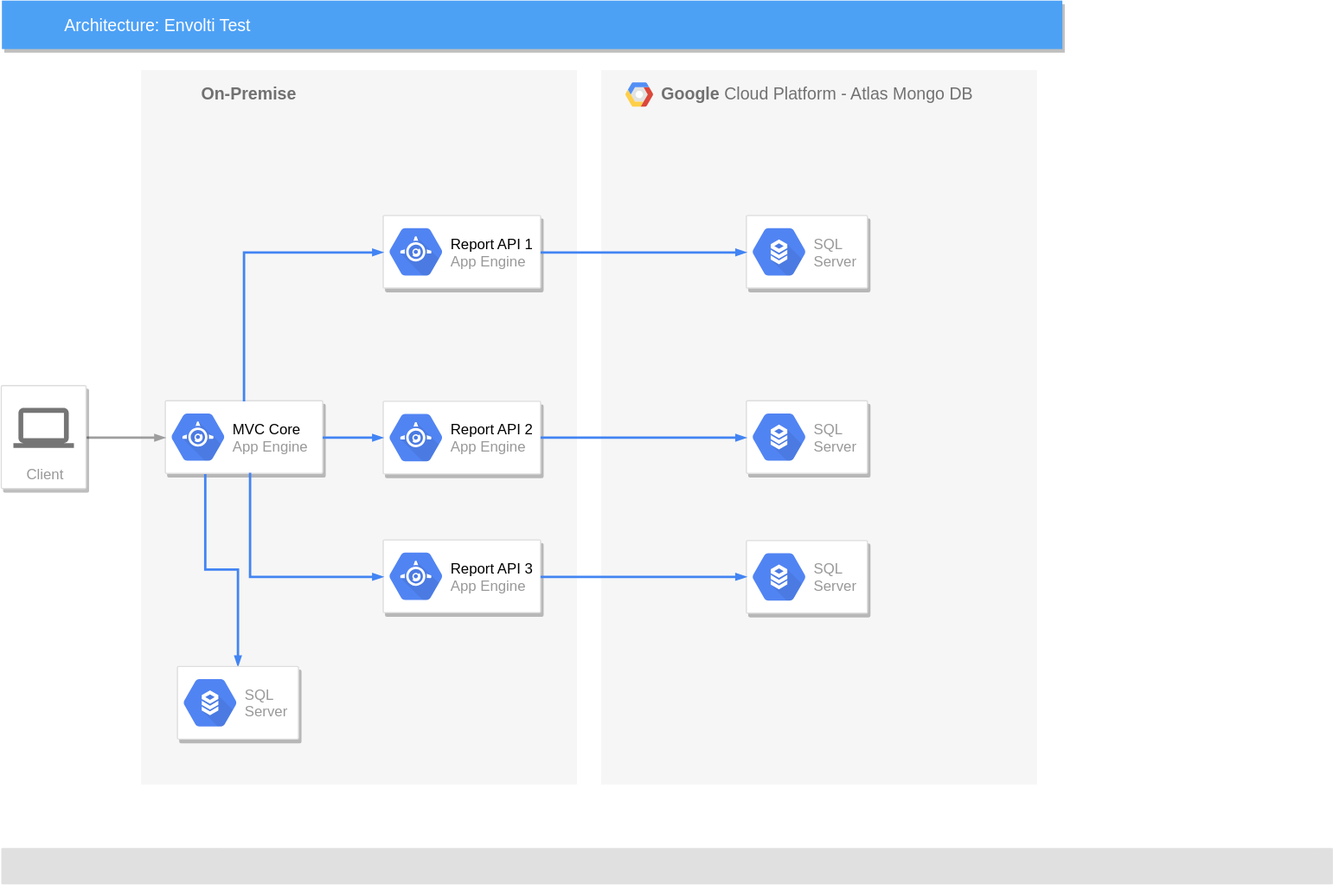
Above: ClientReport/Arquitetura - DrawIO.svg in dubotelho85/ClientReportCore (draw.io), before the change. Source tidied: cells renumbered, new cells last; positions are measured from the earlier drawing's top-left corner, leaving out a move shared by most shapes. Its diagram source:
```xml
<mxGraphModel background="#ffffff">
  <root>
    <mxCell id="0" />
    <mxCell id="1" parent="0" />
    <mxCell id="2" value="&lt;b&gt;Google &lt;/b&gt;Cloud Platform - Atlas Mongo DB" style="fillColor=#F6F6F6;strokeColor=none;shadow=0;gradientColor=none;fontSize=14;align=left;spacing=10;fontColor=#717171;9E9E9E;verticalAlign=top;spacingTop=-4;fontStyle=0;spacingLeft=40;html=1;" parent="1" vertex="1">
      <mxGeometry x="496" y="57.5" width="360" height="590" as="geometry" />
    </mxCell>
    <mxCell id="3" style="shape=mxgraph.gcp2.google_cloud_platform;fillColor=#F6F6F6;strokeColor=none;shadow=0;gradientColor=none;" parent="2" vertex="1">
      <mxGeometry width="23" height="20" relative="1" as="geometry">
        <mxPoint x="20" y="10" as="offset" />
      </mxGeometry>
    </mxCell>
    <mxCell id="4" style="strokeColor=#dddddd;fillColor=#ffffff;shadow=1;strokeWidth=1;rounded=1;absoluteArcSize=1;arcSize=2;" parent="2" vertex="1">
      <mxGeometry x="120" y="273" width="100" height="60" as="geometry" />
    </mxCell>
    <mxCell id="5" value="SQL&lt;br&gt;Server" style="dashed=0;html=1;fillColor=#5184F3;strokeColor=none;shape=mxgraph.gcp2.cloud_sql;labelPosition=right;verticalLabelPosition=middle;align=left;verticalAlign=middle;spacingLeft=5;fontColor=#999999;fontSize=12;" parent="4" vertex="1">
      <mxGeometry y="0.5" width="44" height="39" relative="1" as="geometry">
        <mxPoint x="5" y="-19.5" as="offset" />
      </mxGeometry>
    </mxCell>
    <mxCell id="6" style="strokeColor=#dddddd;fillColor=#ffffff;shadow=1;strokeWidth=1;rounded=1;absoluteArcSize=1;arcSize=2;" parent="2" vertex="1">
      <mxGeometry x="120" y="388.5" width="100" height="60" as="geometry" />
    </mxCell>
    <mxCell id="7" value="SQL&lt;br&gt;Server" style="dashed=0;html=1;fillColor=#5184F3;strokeColor=none;shape=mxgraph.gcp2.cloud_sql;labelPosition=right;verticalLabelPosition=middle;align=left;verticalAlign=middle;spacingLeft=5;fontColor=#999999;fontSize=12;" parent="6" vertex="1">
      <mxGeometry y="0.5" width="44" height="39" relative="1" as="geometry">
        <mxPoint x="5" y="-19.5" as="offset" />
      </mxGeometry>
    </mxCell>
    <mxCell id="8" style="strokeColor=#dddddd;fillColor=#ffffff;shadow=1;strokeWidth=1;rounded=1;absoluteArcSize=1;arcSize=2;" parent="2" vertex="1">
      <mxGeometry x="120" y="120" width="100" height="60" as="geometry" />
    </mxCell>
    <mxCell id="9" value="SQL&lt;br&gt;Server" style="dashed=0;html=1;fillColor=#5184F3;strokeColor=none;shape=mxgraph.gcp2.cloud_sql;labelPosition=right;verticalLabelPosition=middle;align=left;verticalAlign=middle;spacingLeft=5;fontColor=#999999;fontSize=12;" parent="8" vertex="1">
      <mxGeometry y="0.5" width="44" height="39" relative="1" as="geometry">
        <mxPoint x="5" y="-19.5" as="offset" />
      </mxGeometry>
    </mxCell>
    <mxCell id="10" value="&lt;b&gt;On-Premise&lt;/b&gt;&lt;br&gt;" style="fillColor=#F6F6F6;strokeColor=none;shadow=0;gradientColor=none;fontSize=14;align=left;spacing=10;fontColor=#717171;9E9E9E;verticalAlign=top;spacingTop=-4;fontStyle=0;spacingLeft=40;html=1;" parent="1" vertex="1">
      <mxGeometry x="116" y="57.5" width="360" height="590" as="geometry" />
    </mxCell>
    <mxCell id="11" style="strokeColor=#dddddd;fillColor=#ffffff;shadow=1;strokeWidth=1;rounded=1;absoluteArcSize=1;arcSize=2;" parent="10" vertex="1">
      <mxGeometry x="20" y="273" width="130" height="60" as="geometry" />
    </mxCell>
    <mxCell id="12" value="&lt;font color=&quot;#000000&quot;&gt;MVC Core&lt;/font&gt;&lt;br&gt;App Engine" style="dashed=0;html=1;fillColor=#5184F3;strokeColor=none;shape=mxgraph.gcp2.app_engine;labelPosition=right;verticalLabelPosition=middle;align=left;verticalAlign=middle;spacingLeft=5;fontColor=#999999;fontSize=12;" parent="11" vertex="1">
      <mxGeometry y="0.5" width="44" height="39" relative="1" as="geometry">
        <mxPoint x="5" y="-19.5" as="offset" />
      </mxGeometry>
    </mxCell>
    <mxCell id="13" style="strokeColor=#dddddd;fillColor=#ffffff;shadow=1;strokeWidth=1;rounded=1;absoluteArcSize=1;arcSize=2;" parent="10" vertex="1">
      <mxGeometry x="200" y="120" width="130" height="60" as="geometry" />
    </mxCell>
    <mxCell id="14" value="&lt;font color=&quot;#000000&quot;&gt;Report API 1&lt;/font&gt;&lt;br&gt;App Engine" style="dashed=0;html=1;fillColor=#5184F3;strokeColor=none;shape=mxgraph.gcp2.app_engine;labelPosition=right;verticalLabelPosition=middle;align=left;verticalAlign=middle;spacingLeft=5;fontColor=#999999;fontSize=12;" parent="13" vertex="1">
      <mxGeometry y="0.5" width="44" height="39" relative="1" as="geometry">
        <mxPoint x="5" y="-19.5" as="offset" />
      </mxGeometry>
    </mxCell>
    <mxCell id="15" style="strokeColor=#dddddd;fillColor=#ffffff;shadow=1;strokeWidth=1;rounded=1;absoluteArcSize=1;arcSize=2;" parent="10" vertex="1">
      <mxGeometry x="200" y="273.5" width="130" height="60" as="geometry" />
    </mxCell>
    <mxCell id="16" value="&lt;font color=&quot;#000000&quot;&gt;Report API 2&lt;/font&gt;&lt;br&gt;App Engine" style="dashed=0;html=1;fillColor=#5184F3;strokeColor=none;shape=mxgraph.gcp2.app_engine;labelPosition=right;verticalLabelPosition=middle;align=left;verticalAlign=middle;spacingLeft=5;fontColor=#999999;fontSize=12;" parent="15" vertex="1">
      <mxGeometry y="0.5" width="44" height="39" relative="1" as="geometry">
        <mxPoint x="5" y="-19.5" as="offset" />
      </mxGeometry>
    </mxCell>
    <mxCell id="17" style="strokeColor=#dddddd;fillColor=#ffffff;shadow=1;strokeWidth=1;rounded=1;absoluteArcSize=1;arcSize=2;" parent="10" vertex="1">
      <mxGeometry x="200" y="388" width="130" height="60" as="geometry" />
    </mxCell>
    <mxCell id="18" value="&lt;font color=&quot;#000000&quot;&gt;Report API 3&lt;/font&gt;&lt;br&gt;App Engine" style="dashed=0;html=1;fillColor=#5184F3;strokeColor=none;shape=mxgraph.gcp2.app_engine;labelPosition=right;verticalLabelPosition=middle;align=left;verticalAlign=middle;spacingLeft=5;fontColor=#999999;fontSize=12;" parent="17" vertex="1">
      <mxGeometry y="0.5" width="44" height="39" relative="1" as="geometry">
        <mxPoint x="5" y="-19.5" as="offset" />
      </mxGeometry>
    </mxCell>
    <mxCell id="19" style="edgeStyle=orthogonalEdgeStyle;rounded=0;html=1;startArrow=none;startFill=0;endArrow=blockThin;endFill=1;jettySize=auto;strokeWidth=2;fontSize=10;fontColor=#999999;dashed=0;strokeColor=#4284F3;labelBackgroundColor=none;endSize=4;startSize=4;exitX=0.25;exitY=1;exitDx=0;exitDy=0;entryX=0.5;entryY=0;entryDx=0;entryDy=0;" parent="10" edge="1" source="11" target="22">
      <mxGeometry relative="1" as="geometry" />
    </mxCell>
    <mxCell id="20" style="edgeStyle=orthogonalEdgeStyle;rounded=0;html=1;startArrow=none;startFill=0;endArrow=blockThin;endFill=1;jettySize=auto;strokeWidth=2;fontSize=10;fontColor=#999999;dashed=0;strokeColor=#4284F3;labelBackgroundColor=none;endSize=4;startSize=4;exitX=1;exitY=0.5;exitDx=0;exitDy=0;entryX=0;entryY=0.5;entryDx=0;entryDy=0;" parent="10" edge="1" source="11" target="15">
      <mxGeometry relative="1" as="geometry" />
    </mxCell>
    <mxCell id="21" style="edgeStyle=orthogonalEdgeStyle;rounded=0;html=1;startArrow=none;startFill=0;endArrow=blockThin;endFill=1;jettySize=auto;strokeWidth=2;fontSize=10;fontColor=#999999;dashed=0;strokeColor=#4284F3;labelBackgroundColor=none;endSize=4;startSize=4;exitX=0.5;exitY=0;exitDx=0;exitDy=0;entryX=0;entryY=0.5;entryDx=0;entryDy=0;" parent="10" edge="1" source="11" target="13">
      <mxGeometry relative="1" as="geometry" />
    </mxCell>
    <mxCell id="22" style="strokeColor=#dddddd;fillColor=#ffffff;shadow=1;strokeWidth=1;rounded=1;absoluteArcSize=1;arcSize=2;" parent="10" vertex="1">
      <mxGeometry x="30" y="492.5" width="100" height="60" as="geometry" />
    </mxCell>
    <mxCell id="23" value="SQL&lt;br&gt;Server" style="dashed=0;html=1;fillColor=#5184F3;strokeColor=none;shape=mxgraph.gcp2.cloud_sql;labelPosition=right;verticalLabelPosition=middle;align=left;verticalAlign=middle;spacingLeft=5;fontColor=#999999;fontSize=12;" parent="22" vertex="1">
      <mxGeometry y="0.5" width="44" height="39" relative="1" as="geometry">
        <mxPoint x="5" y="-19.5" as="offset" />
      </mxGeometry>
    </mxCell>
    <mxCell id="24" style="edgeStyle=orthogonalEdgeStyle;rounded=0;html=1;startArrow=none;startFill=0;endArrow=blockThin;endFill=1;jettySize=auto;strokeWidth=2;fontSize=10;fontColor=#999999;dashed=0;strokeColor=#4284F3;labelBackgroundColor=none;endSize=4;startSize=4;exitX=0.538;exitY=0.992;exitDx=0;exitDy=0;entryX=0;entryY=0.5;entryDx=0;entryDy=0;exitPerimeter=0;" parent="10" edge="1" source="11" target="17">
      <mxGeometry relative="1" as="geometry" />
    </mxCell>
    <mxCell id="25" value="Architecture: Envolti Test" style="fillColor=#4DA1F5;strokeColor=none;shadow=1;gradientColor=none;fontSize=14;align=left;spacingLeft=50;fontColor=#ffffff;html=1;" parent="1" vertex="1">
      <mxGeometry x="1" width="876" height="40" as="geometry" />
    </mxCell>
    <mxCell id="26" style="rounded=1;absoluteArcSize=1;arcSize=2;html=1;strokeColor=none;gradientColor=none;shadow=0;dashed=0;strokeColor=none;fontSize=12;fontColor=#9E9E9E;align=left;verticalAlign=top;spacing=10;spacingTop=-4;fillColor=#E0E0E0;" parent="1" vertex="1">
      <mxGeometry x="0.5" y="700" width="1100" height="30" as="geometry" />
    </mxCell>
    <mxCell id="27" style="edgeStyle=orthogonalEdgeStyle;rounded=0;html=1;startArrow=none;startFill=0;endArrow=blockThin;endFill=1;jettySize=auto;strokeWidth=2;fontSize=12;fontColor=#000000;dashed=0;strokeColor=#9E9E9E;labelBackgroundColor=#ffffff;endSize=4;startSize=4;entryX=0;entryY=0.5;entryDx=0;entryDy=0;" parent="1" edge="1" source="28" target="11">
      <mxGeometry y="12" relative="1" as="geometry" />
    </mxCell>
    <mxCell id="28" value="Client" style="strokeColor=#dddddd;fillColor=#ffffff;shadow=1;strokeWidth=1;rounded=1;absoluteArcSize=1;arcSize=2;labelPosition=center;verticalLabelPosition=middle;align=center;verticalAlign=bottom;spacingLeft=0;fontColor=#999999;fontSize=12;whiteSpace=wrap;spacingBottom=2;html=1;" parent="1" vertex="1">
      <mxGeometry x="0.5" y="318" width="70" height="85" as="geometry" />
    </mxCell>
    <mxCell id="29" style="dashed=0;html=1;fillColor=#757575;strokeColor=none;shape=mxgraph.gcp2.laptop;" parent="28" vertex="1">
      <mxGeometry x="0.5" width="50" height="33" relative="1" as="geometry">
        <mxPoint x="-25" y="18.5" as="offset" />
      </mxGeometry>
    </mxCell>
    <mxCell id="30" style="edgeStyle=orthogonalEdgeStyle;rounded=0;html=1;startArrow=none;startFill=0;endArrow=blockThin;endFill=1;jettySize=auto;strokeWidth=2;fontSize=10;fontColor=#999999;dashed=0;strokeColor=#4284F3;labelBackgroundColor=none;endSize=4;startSize=4;exitX=1;exitY=0.5;exitDx=0;exitDy=0;entryX=0;entryY=0.5;entryDx=0;entryDy=0;" parent="1" edge="1" source="15" target="4">
      <mxGeometry relative="1" as="geometry" />
    </mxCell>
    <mxCell id="31" style="edgeStyle=orthogonalEdgeStyle;rounded=0;html=1;startArrow=none;startFill=0;endArrow=blockThin;endFill=1;jettySize=auto;strokeWidth=2;fontSize=10;fontColor=#999999;dashed=0;strokeColor=#4284F3;labelBackgroundColor=none;endSize=4;startSize=4;exitX=1;exitY=0.5;exitDx=0;exitDy=0;entryX=0;entryY=0.5;entryDx=0;entryDy=0;" parent="1" edge="1" source="13" target="8">
      <mxGeometry relative="1" as="geometry" />
    </mxCell>
    <mxCell id="32" style="edgeStyle=orthogonalEdgeStyle;rounded=0;html=1;startArrow=none;startFill=0;endArrow=blockThin;endFill=1;jettySize=auto;strokeWidth=2;fontSize=10;fontColor=#999999;dashed=0;strokeColor=#4284F3;labelBackgroundColor=none;endSize=4;startSize=4;exitX=1;exitY=0.5;exitDx=0;exitDy=0;entryX=0;entryY=0.5;entryDx=0;entryDy=0;" parent="1" edge="1" source="17" target="6">
      <mxGeometry relative="1" as="geometry" />
    </mxCell>
  </root>
</mxGraphModel>
```
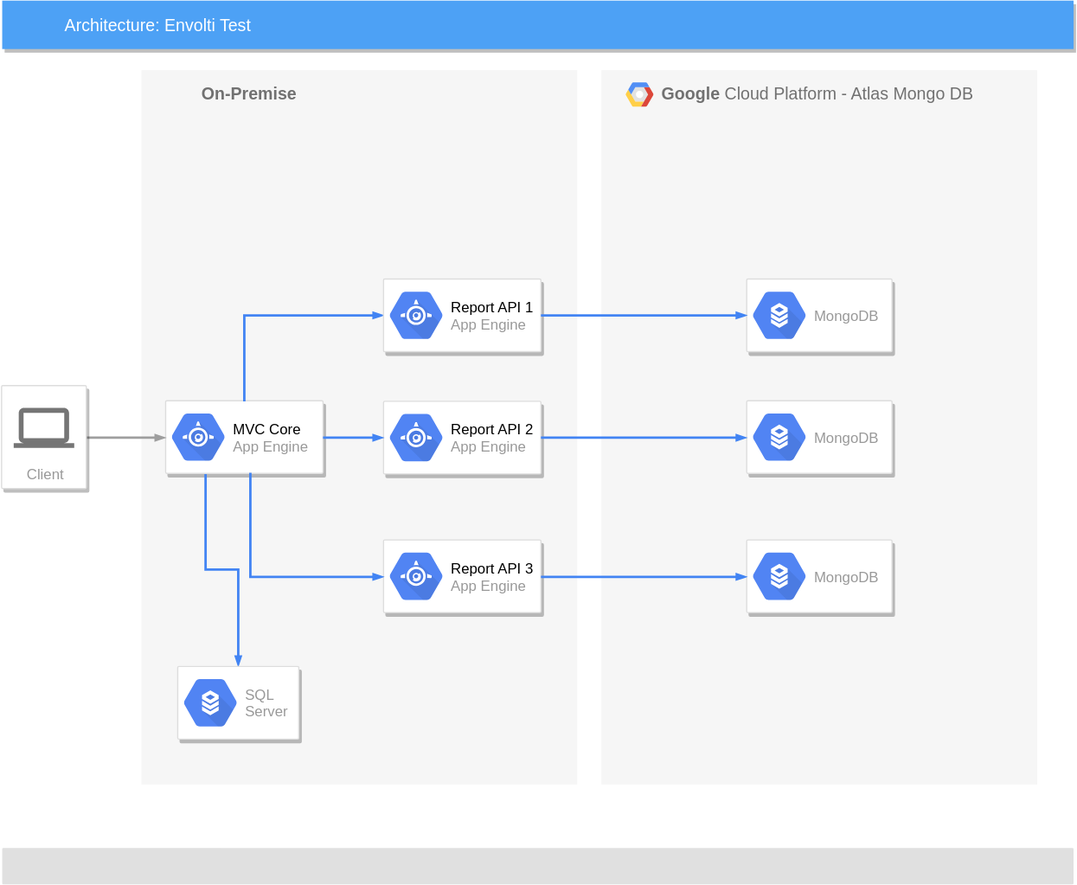
The same diagram one commit later.

What changed in the source:
```diff
@@ -11,25 +11,25 @@
       </mxGeometry>
     </mxCell>
     <mxCell id="4" style="strokeColor=#dddddd;fillColor=#ffffff;shadow=1;strokeWidth=1;rounded=1;absoluteArcSize=1;arcSize=2;" parent="2" vertex="1">
-      <mxGeometry x="120" y="273" width="100" height="60" as="geometry" />
+      <mxGeometry x="120" y="273" width="120" height="60" as="geometry" />
     </mxCell>
-    <mxCell id="5" value="SQL&lt;br&gt;Server" style="dashed=0;html=1;fillColor=#5184F3;strokeColor=none;shape=mxgraph.gcp2.cloud_sql;labelPosition=right;verticalLabelPosition=middle;align=left;verticalAlign=middle;spacingLeft=5;fontColor=#999999;fontSize=12;" parent="4" vertex="1">
+    <mxCell id="5" value="MongoDB" style="dashed=0;html=1;fillColor=#5184F3;strokeColor=none;shape=mxgraph.gcp2.cloud_sql;labelPosition=right;verticalLabelPosition=middle;align=left;verticalAlign=middle;spacingLeft=5;fontColor=#999999;fontSize=12;" parent="4" vertex="1">
       <mxGeometry y="0.5" width="44" height="39" relative="1" as="geometry">
         <mxPoint x="5" y="-19.5" as="offset" />
       </mxGeometry>
     </mxCell>
     <mxCell id="6" style="strokeColor=#dddddd;fillColor=#ffffff;shadow=1;strokeWidth=1;rounded=1;absoluteArcSize=1;arcSize=2;" parent="2" vertex="1">
-      <mxGeometry x="120" y="388.5" width="100" height="60" as="geometry" />
+      <mxGeometry x="120" y="388" width="120" height="60" as="geometry" />
     </mxCell>
-    <mxCell id="7" value="SQL&lt;br&gt;Server" style="dashed=0;html=1;fillColor=#5184F3;strokeColor=none;shape=mxgraph.gcp2.cloud_sql;labelPosition=right;verticalLabelPosition=middle;align=left;verticalAlign=middle;spacingLeft=5;fontColor=#999999;fontSize=12;" parent="6" vertex="1">
+    <mxCell id="7" value="MongoDB" style="dashed=0;html=1;fillColor=#5184F3;strokeColor=none;shape=mxgraph.gcp2.cloud_sql;labelPosition=right;verticalLabelPosition=middle;align=left;verticalAlign=middle;spacingLeft=5;fontColor=#999999;fontSize=12;" parent="6" vertex="1">
       <mxGeometry y="0.5" width="44" height="39" relative="1" as="geometry">
         <mxPoint x="5" y="-19.5" as="offset" />
       </mxGeometry>
     </mxCell>
     <mxCell id="8" style="strokeColor=#dddddd;fillColor=#ffffff;shadow=1;strokeWidth=1;rounded=1;absoluteArcSize=1;arcSize=2;" parent="2" vertex="1">
-      <mxGeometry x="120" y="120" width="100" height="60" as="geometry" />
+      <mxGeometry x="120" y="172.5" width="120" height="60" as="geometry" />
     </mxCell>
-    <mxCell id="9" value="SQL&lt;br&gt;Server" style="dashed=0;html=1;fillColor=#5184F3;strokeColor=none;shape=mxgraph.gcp2.cloud_sql;labelPosition=right;verticalLabelPosition=middle;align=left;verticalAlign=middle;spacingLeft=5;fontColor=#999999;fontSize=12;" parent="8" vertex="1">
+    <mxCell id="9" value="MongoDB" style="dashed=0;html=1;fillColor=#5184F3;strokeColor=none;shape=mxgraph.gcp2.cloud_sql;labelPosition=right;verticalLabelPosition=middle;align=left;verticalAlign=middle;spacingLeft=5;fontColor=#999999;fontSize=12;" parent="8" vertex="1">
       <mxGeometry y="0.5" width="44" height="39" relative="1" as="geometry">
         <mxPoint x="5" y="-19.5" as="offset" />
       </mxGeometry>
@@ -45,14 +45,6 @@
         <mxPoint x="5" y="-19.5" as="offset" />
       </mxGeometry>
     </mxCell>
-    <mxCell id="13" style="strokeColor=#dddddd;fillColor=#ffffff;shadow=1;strokeWidth=1;rounded=1;absoluteArcSize=1;arcSize=2;" parent="10" vertex="1">
-      <mxGeometry x="200" y="120" width="130" height="60" as="geometry" />
-    </mxCell>
-    <mxCell id="14" value="&lt;font color=&quot;#000000&quot;&gt;Report API 1&lt;/font&gt;&lt;br&gt;App Engine" style="dashed=0;html=1;fillColor=#5184F3;strokeColor=none;shape=mxgraph.gcp2.app_engine;labelPosition=right;verticalLabelPosition=middle;align=left;verticalAlign=middle;spacingLeft=5;fontColor=#999999;fontSize=12;" parent="13" vertex="1">
-      <mxGeometry y="0.5" width="44" height="39" relative="1" as="geometry">
-        <mxPoint x="5" y="-19.5" as="offset" />
-      </mxGeometry>
-    </mxCell>
     <mxCell id="15" style="strokeColor=#dddddd;fillColor=#ffffff;shadow=1;strokeWidth=1;rounded=1;absoluteArcSize=1;arcSize=2;" parent="10" vertex="1">
       <mxGeometry x="200" y="273.5" width="130" height="60" as="geometry" />
     </mxCell>
@@ -89,11 +81,19 @@
     <mxCell id="24" style="edgeStyle=orthogonalEdgeStyle;rounded=0;html=1;startArrow=none;startFill=0;endArrow=blockThin;endFill=1;jettySize=auto;strokeWidth=2;fontSize=10;fontColor=#999999;dashed=0;strokeColor=#4284F3;labelBackgroundColor=none;endSize=4;startSize=4;exitX=0.538;exitY=0.992;exitDx=0;exitDy=0;entryX=0;entryY=0.5;entryDx=0;entryDy=0;exitPerimeter=0;" parent="10" edge="1" source="11" target="17">
       <mxGeometry relative="1" as="geometry" />
     </mxCell>
+    <mxCell id="13" style="strokeColor=#dddddd;fillColor=#ffffff;shadow=1;strokeWidth=1;rounded=1;absoluteArcSize=1;arcSize=2;" parent="10" vertex="1">
+      <mxGeometry x="200" y="172.5" width="130" height="60" as="geometry" />
+    </mxCell>
+    <mxCell id="14" value="&lt;font color=&quot;#000000&quot;&gt;Report API 1&lt;/font&gt;&lt;br&gt;App Engine" style="dashed=0;html=1;fillColor=#5184F3;strokeColor=none;shape=mxgraph.gcp2.app_engine;labelPosition=right;verticalLabelPosition=middle;align=left;verticalAlign=middle;spacingLeft=5;fontColor=#999999;fontSize=12;" parent="13" vertex="1">
+      <mxGeometry y="0.5" width="44" height="39" relative="1" as="geometry">
+        <mxPoint x="5" y="-19.5" as="offset" />
+      </mxGeometry>
+    </mxCell>
     <mxCell id="25" value="Architecture: Envolti Test" style="fillColor=#4DA1F5;strokeColor=none;shadow=1;gradientColor=none;fontSize=14;align=left;spacingLeft=50;fontColor=#ffffff;html=1;" parent="1" vertex="1">
-      <mxGeometry x="1" width="876" height="40" as="geometry" />
+      <mxGeometry x="1" width="885" height="40" as="geometry" />
     </mxCell>
     <mxCell id="26" style="rounded=1;absoluteArcSize=1;arcSize=2;html=1;strokeColor=none;gradientColor=none;shadow=0;dashed=0;strokeColor=none;fontSize=12;fontColor=#9E9E9E;align=left;verticalAlign=top;spacing=10;spacingTop=-4;fillColor=#E0E0E0;" parent="1" vertex="1">
-      <mxGeometry x="0.5" y="700" width="1100" height="30" as="geometry" />
+      <mxGeometry x="1" y="700" width="885" height="30" as="geometry" />
     </mxCell>
     <mxCell id="27" style="edgeStyle=orthogonalEdgeStyle;rounded=0;html=1;startArrow=none;startFill=0;endArrow=blockThin;endFill=1;jettySize=auto;strokeWidth=2;fontSize=12;fontColor=#000000;dashed=0;strokeColor=#9E9E9E;labelBackgroundColor=#ffffff;endSize=4;startSize=4;entryX=0;entryY=0.5;entryDx=0;entryDy=0;" parent="1" edge="1" source="28" target="11">
       <mxGeometry y="12" relative="1" as="geometry" />
```
